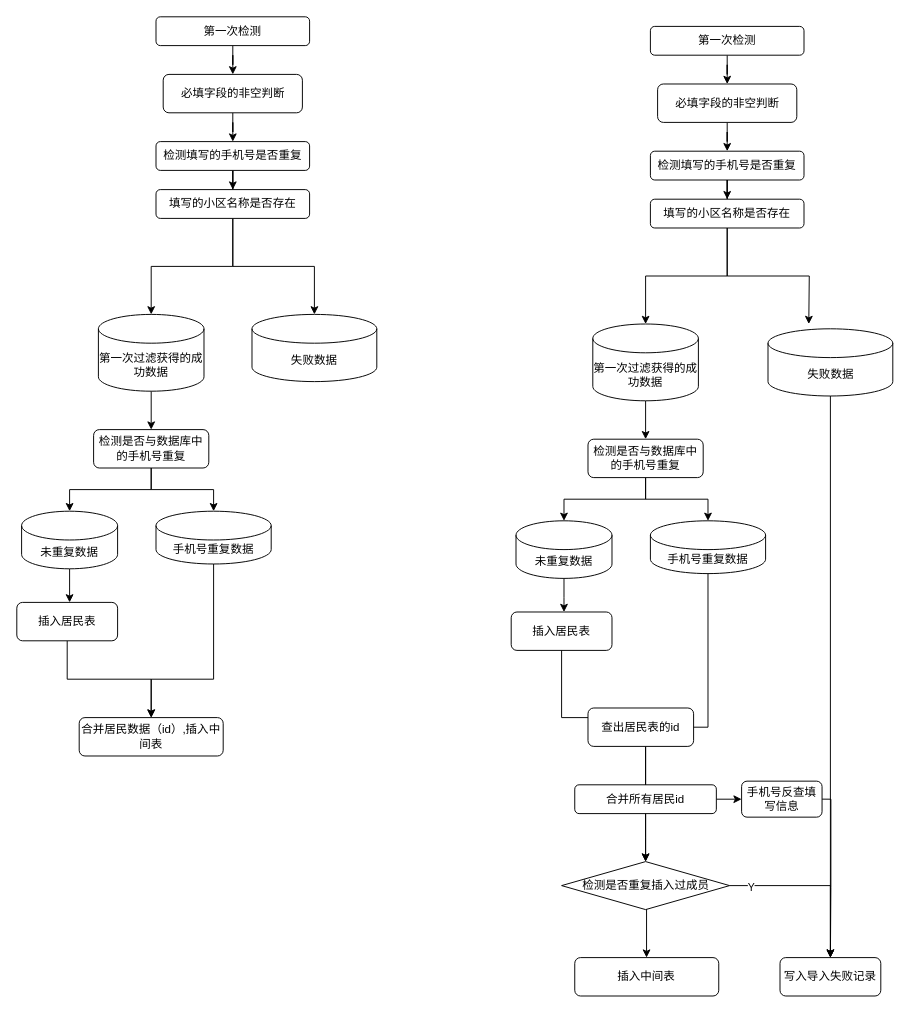
Above: 未命名绘图.drawio in DearJJJ/my_design_pattern (draw.io), before the change. Source tidied: cells renumbered, new cells numbered last; positions are measured from the earlier drawing's top-left corner, leaving out a move shared by most shapes. Both pictures are drawn from the tidied source at 96%, with x=0, y=0 at pixel (16, 16).
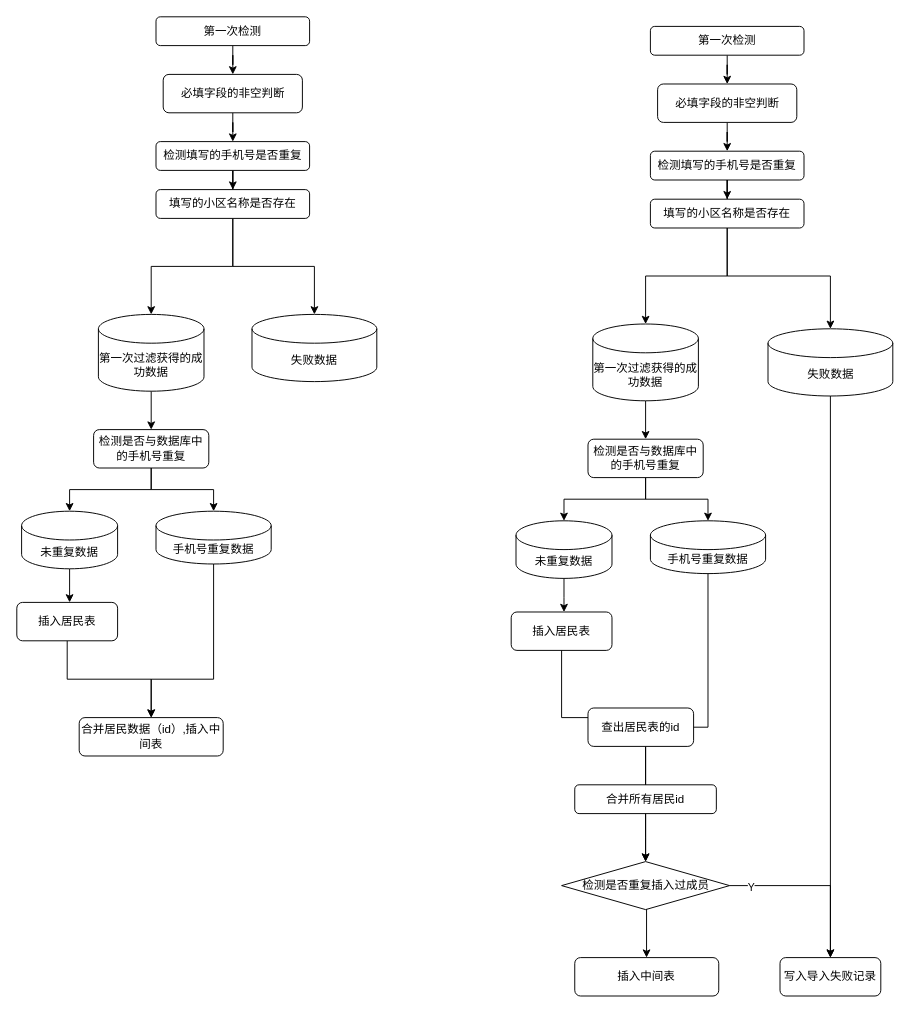
The same diagram, later.

Commit message:
更新未命名绘图.drawio

Unchanged cells that the change refers to:
```xml
<mxCell id="30" value="填写的小区名称是否存在" style="whiteSpace=wrap;html=1;rounded=1;" parent="1" vertex="1">
  <mxGeometry x="660" y="190" width="160" height="30" as="geometry" />
</mxCell>
<mxCell id="46" value="失败数据" style="shape=cylinder3;whiteSpace=wrap;html=1;boundedLbl=1;backgroundOutline=1;size=15;" parent="1" vertex="1">
  <mxGeometry x="782.5" y="325" width="130" height="70" as="geometry" />
</mxCell>
<mxCell id="47" value="写入导入失败记录" style="rounded=1;whiteSpace=wrap;html=1;" parent="1" vertex="1">
  <mxGeometry x="795" y="980" width="105" height="40" as="geometry" />
</mxCell>
<mxCell id="53" value="合并所有居民id" style="rounded=1;whiteSpace=wrap;html=1;" parent="1" vertex="1">
  <mxGeometry x="581.2" y="800" width="147.5" height="30" as="geometry" />
</mxCell>
```

Diff of the diagram source:
```diff
@@
-    <mxCell id="29" style="edgeStyle=orthogonalEdgeStyle;rounded=0;jettySize=auto;html=1;exitX=0.5;exitY=1;exitDx=0;exitDy=0;" parent="1" edge="1" source="30">
+    <mxCell id="29" style="edgeStyle=orthogonalEdgeStyle;rounded=0;jettySize=auto;html=1;exitX=0.5;exitY=1;exitDx=0;exitDy=0;entryX=0.5;entryY=0;entryDx=0;entryDy=0;entryPerimeter=0;" parent="1" edge="1" source="30" target="46">
       <mxGeometry relative="1" as="geometry">
-        <mxPoint x="825" y="320" as="targetPoint" />
+        <Array as="points">
+          <mxPoint x="740" y="270" />
+          <mxPoint x="847" y="270" />
+        </Array>
       </mxGeometry>
     </mxCell>
@@
-    <mxCell id="52" style="edgeStyle=orthogonalEdgeStyle;rounded=0;jettySize=auto;html=1;" parent="1" edge="1" source="53" target="57">
-      <mxGeometry relative="1" as="geometry" />
-    </mxCell>
@@
-    <mxCell id="56" style="edgeStyle=orthogonalEdgeStyle;rounded=0;jettySize=auto;html=1;exitX=1;exitY=0.5;exitDx=0;exitDy=0;entryX=0.5;entryY=0;entryDx=0;entryDy=0;" parent="1" edge="1" source="57" target="47">
-      <mxGeometry relative="1" as="geometry">
-        <Array as="points">
-          <mxPoint x="848" y="815" />
-          <mxPoint x="848" y="907" />
-        </Array>
-      </mxGeometry>
-    </mxCell>
-    <mxCell id="57" value="手机号反查填写信息" style="whiteSpace=wrap;html=1;rounded=1;" parent="1" vertex="1">
-      <mxGeometry x="755" y="796.2" width="83.8" height="37.5" as="geometry" />
-    </mxCell>
```
